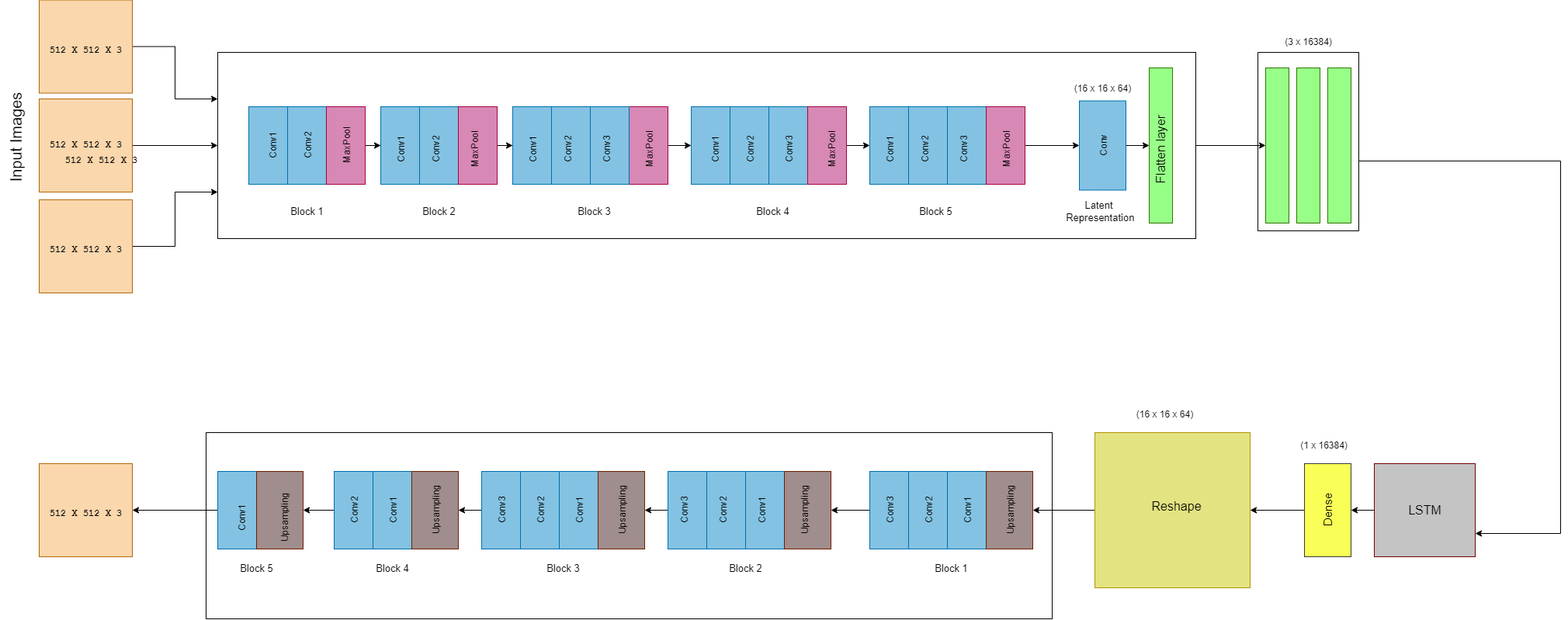
Before: Model.drawio.png, a diagram exported from draw.io (pavankumarallu/Water-Body-Detection). Source tidied: cells renumbered, new cells last; positions are measured from the earlier drawing's top-left corner, leaving out a move shared by most shapes.
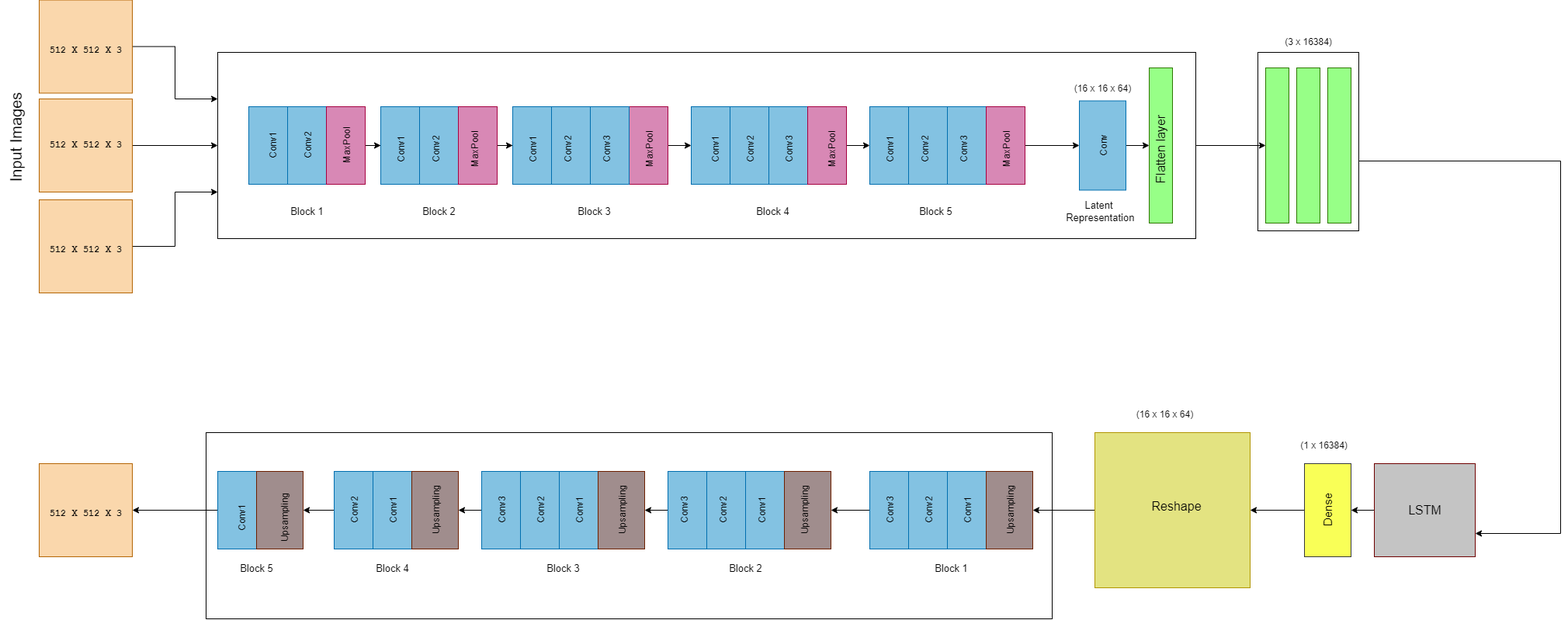
After the commit.

Change to the diagram source:
```diff
@@ -391,9 +391,6 @@
     <mxCell id="129" value="&lt;font face=&quot;Courier New&quot; style=&quot;font-size: 12px;&quot;&gt;&lt;b style=&quot;&quot;&gt;512 X 512 X 3&lt;/b&gt;&lt;/font&gt;" style="text;html=1;align=center;verticalAlign=middle;fillColor=none;strokeColor=none;rounded=0;fontSize=20;" parent="1" vertex="1">
       <mxGeometry x="100" y="638" width="120" height="40" as="geometry" />
     </mxCell>
-    <mxCell id="130" value="&lt;font face=&quot;Courier New&quot; style=&quot;font-size: 12px;&quot;&gt;&lt;b style=&quot;&quot;&gt;512 X 512 X 3&lt;/b&gt;&lt;/font&gt;" style="text;html=1;align=center;verticalAlign=middle;fillColor=none;strokeColor=none;rounded=0;fontSize=20;" parent="1" vertex="1">
-      <mxGeometry x="120" y="183" width="120" height="40" as="geometry" />
-    </mxCell>
     <mxCell id="131" value="&lt;font style=&quot;&quot;&gt;&lt;span style=&quot;font-size: 12px;&quot;&gt;(16 x 16 x 64)&lt;/span&gt;&lt;br style=&quot;font-size: 15px;&quot;&gt;&lt;/font&gt;" style="text;html=1;align=center;verticalAlign=middle;fillColor=none;strokeColor=none;rounded=0;rotation=0;fontSize=15;" parent="1" vertex="1">
       <mxGeometry x="1500" y="518" width="100" height="30" as="geometry" />
     </mxCell>
```
